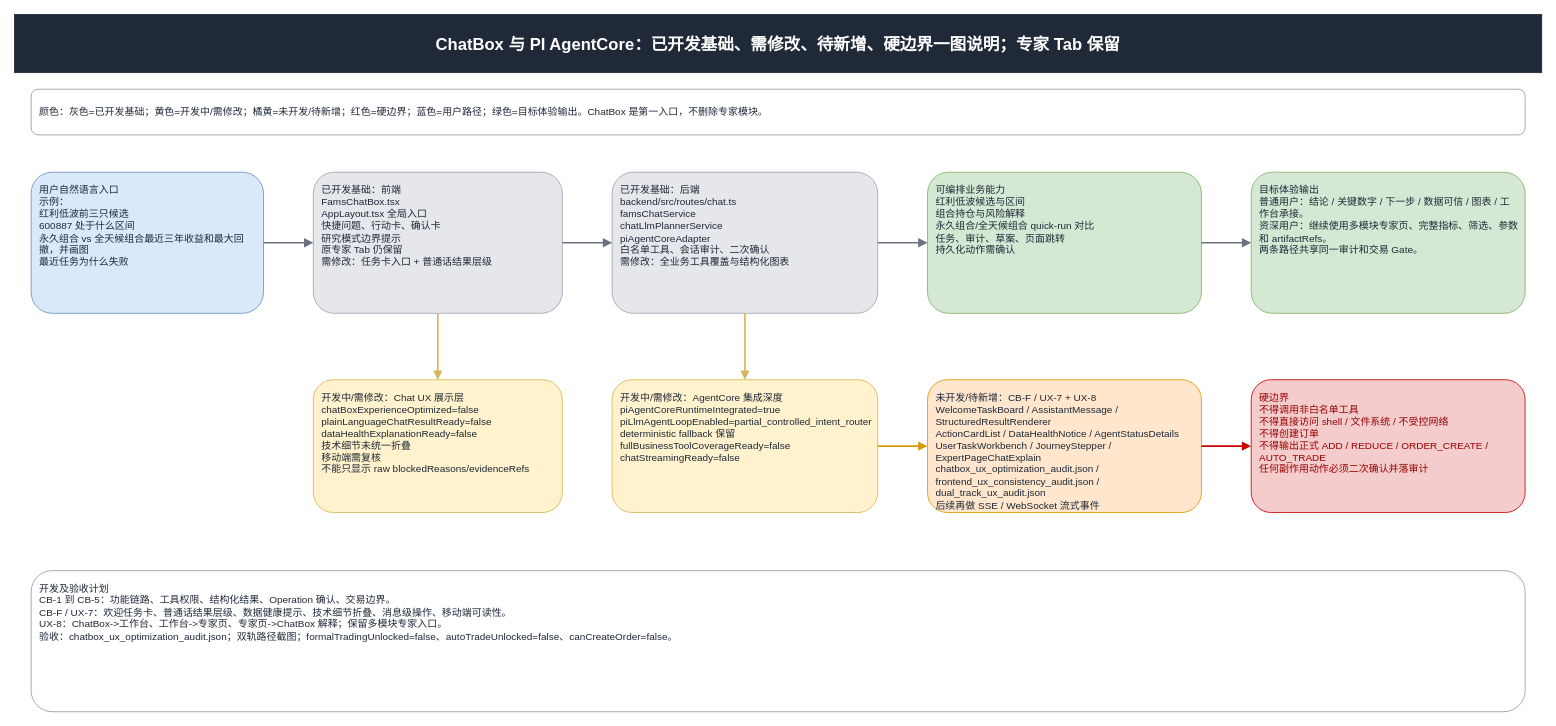
The draw.io diagram page "08 ChatBox 与 AgentCore 业务入口" (8 of 8) of docs/target-architecture-gap.drawio in ljx418/FAMS, before the edit. Source tidied: cells renumbered, new cells numbered last; positions are measured from the earlier drawing's top-left corner, leaving out a move shared by most shapes. Both pictures are drawn from the tidied source at 83%, with x=0, y=0 at pixel (14, 14).
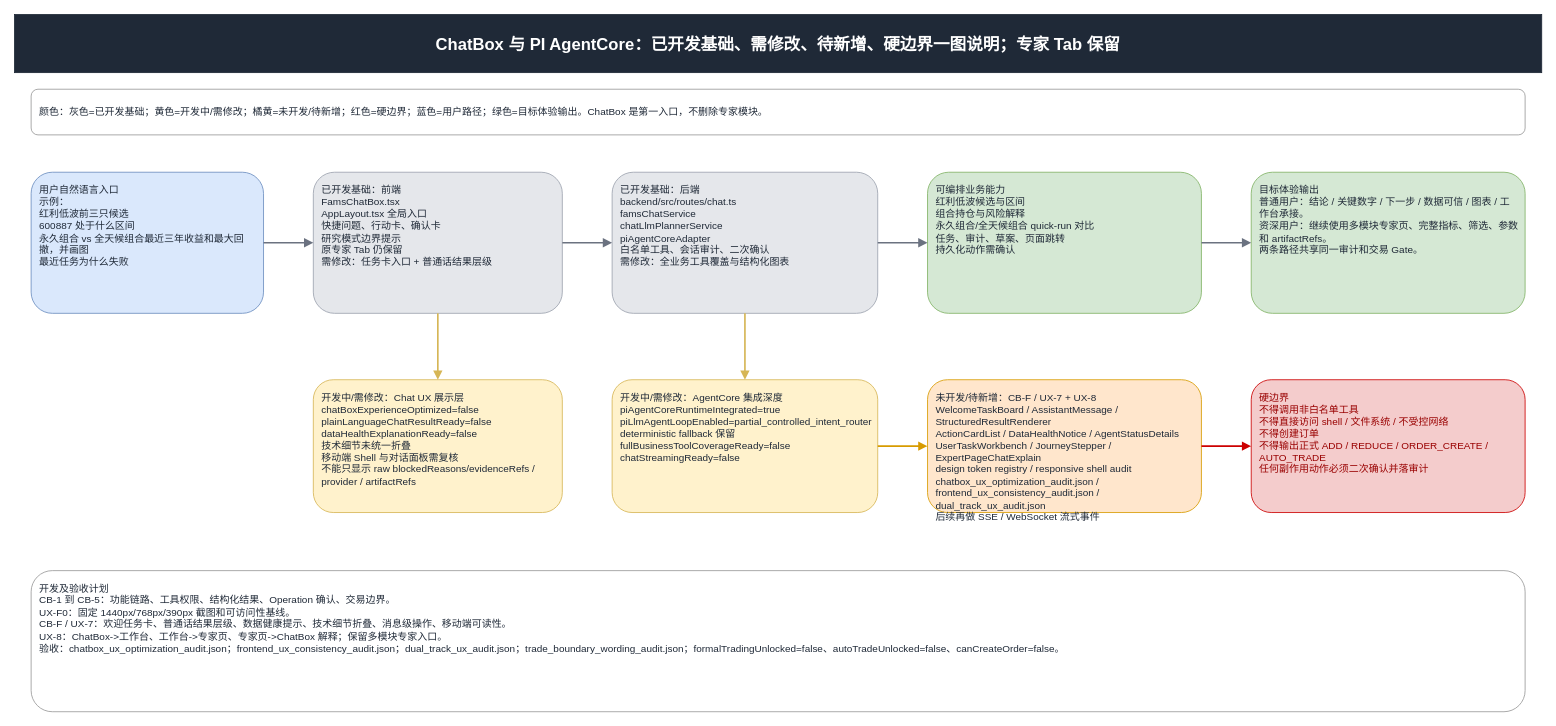
The same diagram, later.

Change to the diagram source:
```diff
@@
-    <mxCell id="9" value="开发中/需修改：Chat UX 展示层&#10;chatBoxExperienceOptimized=false&#10;plainLanguageChatResultReady=false&#10;dataHealthExplanationReady=false&#10;技术细节未统一折叠&#10;移动端需复核&#10;不能只显示 raw blockedReasons/evidenceRefs" style="rounded=1;whiteSpace=wrap;html=1;spacing=10;fontSize=12;align=left;verticalAlign=top;fillColor=#fff2cc;strokeColor=#d6b656;fontColor=#1f2937;" parent="1" vertex="1">
+    <mxCell id="9" value="开发中/需修改：Chat UX 展示层&#10;chatBoxExperienceOptimized=false&#10;plainLanguageChatResultReady=false&#10;dataHealthExplanationReady=false&#10;技术细节未统一折叠&#10;移动端 Shell 与对话面板需复核&#10;不能只显示 raw blockedReasons/evidenceRefs / provider / artifactRefs" style="rounded=1;whiteSpace=wrap;html=1;spacing=10;fontSize=12;align=left;verticalAlign=top;fillColor=#fff2cc;strokeColor=#d6b656;fontColor=#1f2937;" parent="1" vertex="1">
       <mxGeometry x="360" y="440" width="300" height="160" as="geometry" />
     </mxCell>
@@
-    <mxCell id="11" value="未开发/待新增：CB-F / UX-7 + UX-8&#10;WelcomeTaskBoard / AssistantMessage / StructuredResultRenderer&#10;ActionCardList / DataHealthNotice / AgentStatusDetails&#10;UserTaskWorkbench / JourneyStepper / ExpertPageChatExplain&#10;chatbox_ux_optimization_audit.json / frontend_ux_consistency_audit.json / dual_track_ux_audit.json&#10;后续再做 SSE / WebSocket 流式事件" style="rounded=1;whiteSpace=wrap;html=1;spacing=10;fontSize=12;align=left;verticalAlign=top;fillColor=#ffe6cc;strokeColor=#d79b00;fontColor=#1f2937;" parent="1" vertex="1">
+    <mxCell id="11" value="未开发/待新增：CB-F / UX-7 + UX-8&#10;WelcomeTaskBoard / AssistantMessage / StructuredResultRenderer&#10;ActionCardList / DataHealthNotice / AgentStatusDetails&#10;UserTaskWorkbench / JourneyStepper / ExpertPageChatExplain&#10;design token registry / responsive shell audit&#10;chatbox_ux_optimization_audit.json / frontend_ux_consistency_audit.json / dual_track_ux_audit.json&#10;后续再做 SSE / WebSocket 流式事件" style="rounded=1;whiteSpace=wrap;html=1;spacing=10;fontSize=12;align=left;verticalAlign=top;fillColor=#ffe6cc;strokeColor=#d79b00;fontColor=#1f2937;" parent="1" vertex="1">
       <mxGeometry x="1100" y="440" width="330" height="160" as="geometry" />
     </mxCell>
@@
-    <mxCell id="13" value="开发及验收计划&#10;CB-1 到 CB-5：功能链路、工具权限、结构化结果、Operation 确认、交易边界。&#10;CB-F / UX-7：欢迎任务卡、普通话结果层级、数据健康提示、技术细节折叠、消息级操作、移动端可读性。&#10;UX-8：ChatBox-&gt;工作台、工作台-&gt;专家页、专家页-&gt;ChatBox 解释；保留多模块专家入口。&#10;验收：chatbox_ux_optimization_audit.json；双轨路径截图；formalTradingUnlocked=false、autoTradeUnlocked=false、canCreateOrder=false。" style="rounded=1;whiteSpace=wrap;html=1;spacing=10;fontSize=12;align=left;verticalAlign=top;fillColor=#ffffff;strokeColor=#999999;fontColor=#1f2937;" parent="1" vertex="1">
+    <mxCell id="13" value="开发及验收计划&#10;CB-1 到 CB-5：功能链路、工具权限、结构化结果、Operation 确认、交易边界。&#10;UX-F0：固定 1440px/768px/390px 截图和可访问性基线。&#10;CB-F / UX-7：欢迎任务卡、普通话结果层级、数据健康提示、技术细节折叠、消息级操作、移动端可读性。&#10;UX-8：ChatBox-&gt;工作台、工作台-&gt;专家页、专家页-&gt;ChatBox 解释；保留多模块专家入口。&#10;验收：chatbox_ux_optimization_audit.json；frontend_ux_consistency_audit.json；dual_track_ux_audit.json；trade_boundary_wording_audit.json；formalTradingUnlocked=false、autoTradeUnlocked=false、canCreateOrder=false。" style="rounded=1;whiteSpace=wrap;html=1;spacing=10;fontSize=12;align=left;verticalAlign=top;fillColor=#ffffff;strokeColor=#999999;fontColor=#1f2937;" parent="1" vertex="1">
       <mxGeometry x="20" y="670" width="1800" height="170" as="geometry" />
     </mxCell>
```
